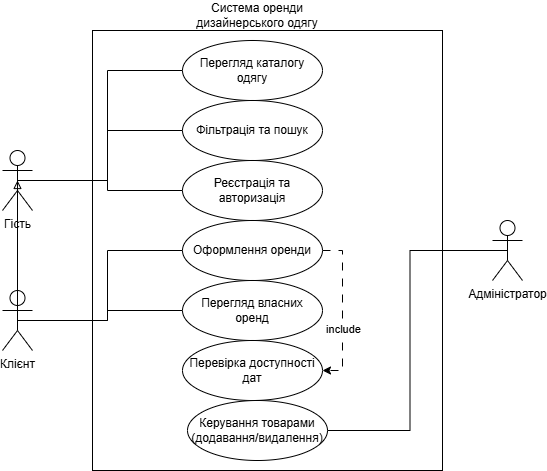
victoriakorniat-eng/Korniat-Victoria-rental-app keeps this draw.io diagram as docs/diagrams/user-actions.png. Above is the earlier version. Source tidied: cells renumbered, new cells last; positions are measured from the earlier drawing's top-left corner, leaving out a move shared by most shapes. The source it was exported from:
```xml
<mxGraphModel>
  <root>
    <mxCell id="0" />
    <mxCell id="1" parent="0" />
    <mxCell id="2" style="rounded=0;whiteSpace=wrap;html=1;" parent="1" vertex="1">
      <mxGeometry x="90" y="30" width="350" height="440" as="geometry" />
    </mxCell>
    <mxCell id="3" style="edgeStyle=orthogonalEdgeStyle;rounded=0;jettySize=auto;html=1;exitX=0.5;exitY=0.5;exitDx=0;exitDy=0;exitPerimeter=0;entryX=0;entryY=0.5;entryDx=0;entryDy=0;defaultLabelBackgroundColor=page;startArrow=none;startFill=0;endArrow=none;endFill=0;" parent="1" edge="1" source="6" target="13">
      <mxGeometry relative="1" as="geometry" />
    </mxCell>
    <mxCell id="4" style="edgeStyle=orthogonalEdgeStyle;rounded=0;jettySize=auto;html=1;exitX=0.5;exitY=0.5;exitDx=0;exitDy=0;exitPerimeter=0;defaultLabelBackgroundColor=page;endArrow=none;endFill=0;" parent="1" edge="1" source="6" target="14">
      <mxGeometry relative="1" as="geometry" />
    </mxCell>
    <mxCell id="5" style="edgeStyle=orthogonalEdgeStyle;rounded=0;jettySize=auto;html=1;exitX=0.5;exitY=0.5;exitDx=0;exitDy=0;exitPerimeter=0;entryX=0;entryY=0.5;entryDx=0;entryDy=0;defaultLabelBackgroundColor=page;endArrow=none;endFill=0;" parent="1" edge="1" source="6" target="15">
      <mxGeometry relative="1" as="geometry" />
    </mxCell>
    <mxCell id="6" value="Гість" style="shape=umlActor;verticalLabelPosition=bottom;verticalAlign=top;html=1;labelPerimeter=1;" parent="1" vertex="1">
      <mxGeometry y="150" width="30" height="60" as="geometry" />
    </mxCell>
    <mxCell id="7" style="edgeStyle=orthogonalEdgeStyle;rounded=0;jettySize=auto;html=1;exitX=0.5;exitY=0.5;exitDx=0;exitDy=0;exitPerimeter=0;entryX=0;entryY=0.5;entryDx=0;entryDy=0;defaultLabelBackgroundColor=page;endArrow=none;endFill=0;" parent="1" edge="1" source="9" target="18">
      <mxGeometry relative="1" as="geometry" />
    </mxCell>
    <mxCell id="8" style="edgeStyle=orthogonalEdgeStyle;rounded=0;jettySize=auto;html=1;exitX=0.5;exitY=0.5;exitDx=0;exitDy=0;exitPerimeter=0;entryX=0;entryY=0.5;entryDx=0;entryDy=0;defaultLabelBackgroundColor=page;endArrow=none;endFill=0;" parent="1" edge="1" source="9" target="19">
      <mxGeometry x="0.01" relative="1" as="geometry" />
    </mxCell>
    <mxCell id="9" value="Клієнт" style="shape=umlActor;verticalLabelPosition=bottom;verticalAlign=top;html=1;labelPerimeter=1;" parent="1" vertex="1">
      <mxGeometry y="290" width="30" height="60" as="geometry" />
    </mxCell>
    <mxCell id="10" style="edgeStyle=orthogonalEdgeStyle;rounded=0;jettySize=auto;html=1;exitX=0.5;exitY=0.5;exitDx=0;exitDy=0;exitPerimeter=0;entryX=1;entryY=0.5;entryDx=0;entryDy=0;defaultLabelBackgroundColor=page;endArrow=none;endFill=0;" parent="1" edge="1" source="11" target="21">
      <mxGeometry relative="1" as="geometry" />
    </mxCell>
    <mxCell id="11" value="Адміністратор" style="shape=umlActor;verticalLabelPosition=bottom;verticalAlign=top;html=1;labelPerimeter=1;" parent="1" vertex="1">
      <mxGeometry x="490" y="220" width="30" height="60" as="geometry" />
    </mxCell>
    <mxCell id="12" value="Система оренди дизайнерського одягу" style="text;html=1;whiteSpace=wrap;strokeColor=none;fillColor=none;align=center;verticalAlign=middle;rounded=0;" parent="1" vertex="1">
      <mxGeometry x="190" width="130" height="30" as="geometry" />
    </mxCell>
    <mxCell id="13" value="Перегляд каталогу одягу" style="ellipse;whiteSpace=wrap;html=1;" parent="1" vertex="1">
      <mxGeometry x="180" y="40" width="140" height="60" as="geometry" />
    </mxCell>
    <mxCell id="14" value="Фільтрація та пошук" style="ellipse;whiteSpace=wrap;html=1;" parent="1" vertex="1">
      <mxGeometry x="180" y="100" width="140" height="60" as="geometry" />
    </mxCell>
    <mxCell id="15" value="Реєстрація та авторизація" style="ellipse;whiteSpace=wrap;html=1;" parent="1" vertex="1">
      <mxGeometry x="180" y="160" width="140" height="60" as="geometry" />
    </mxCell>
    <mxCell id="16" style="edgeStyle=orthogonalEdgeStyle;rounded=0;jettySize=auto;html=1;exitX=1;exitY=0.5;exitDx=0;exitDy=0;entryX=1;entryY=0.5;entryDx=0;entryDy=0;defaultLabelBackgroundColor=page;dashed=1;dashPattern=8 8;endArrow=classic;endFill=1;" parent="1" edge="1" source="18" target="20">
      <mxGeometry relative="1" as="geometry" />
    </mxCell>
    <mxCell id="17" value="include" style="edgeLabel;html=1;align=center;verticalAlign=middle;inheritText=1;defaultLabelBackgroundColor=page;" parent="16" vertex="1">
      <mxGeometry x="0.23" relative="1" as="geometry" />
    </mxCell>
    <mxCell id="18" value="Оформлення оренди" style="ellipse;whiteSpace=wrap;html=1;" parent="1" vertex="1">
      <mxGeometry x="180" y="220" width="140" height="60" as="geometry" />
    </mxCell>
    <mxCell id="19" value="Перегляд власних оренд" style="ellipse;whiteSpace=wrap;html=1;" parent="1" vertex="1">
      <mxGeometry x="180" y="280" width="140" height="60" as="geometry" />
    </mxCell>
    <mxCell id="20" value="Перевірка доступності дат" style="ellipse;whiteSpace=wrap;html=1;" parent="1" vertex="1">
      <mxGeometry x="180" y="340" width="140" height="60" as="geometry" />
    </mxCell>
    <mxCell id="21" value="Керування товарами (додавання/видалення)" style="ellipse;whiteSpace=wrap;html=1;" parent="1" vertex="1">
      <mxGeometry x="185" y="400" width="140" height="60" as="geometry" />
    </mxCell>
    <mxCell id="22" style="edgeStyle=orthogonalEdgeStyle;rounded=0;jettySize=auto;html=1;exitX=0.5;exitY=0.5;exitDx=0;exitDy=0;exitPerimeter=0;entryX=0.5;entryY=0.5;entryDx=0;entryDy=0;entryPerimeter=0;defaultLabelBackgroundColor=page;endArrow=block;endFill=0;" parent="1" edge="1" source="9" target="6">
      <mxGeometry relative="1" as="geometry" />
    </mxCell>
  </root>
</mxGraphModel>
```
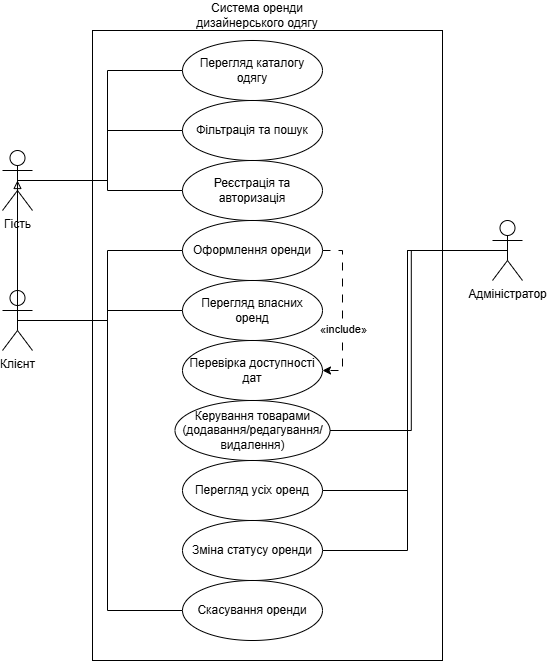
After the change.

Commit message:
Оновлено діаграму

The edit, as a diff of the source:
```diff
@@ -3,7 +3,7 @@
     <mxCell id="0" />
     <mxCell id="1" parent="0" />
     <mxCell id="2" style="rounded=0;whiteSpace=wrap;html=1;" parent="1" vertex="1">
-      <mxGeometry x="90" y="30" width="350" height="440" as="geometry" />
+      <mxGeometry x="90" y="30" width="350" height="630" as="geometry" />
     </mxCell>
     <mxCell id="3" style="edgeStyle=orthogonalEdgeStyle;rounded=0;jettySize=auto;html=1;exitX=0.5;exitY=0.5;exitDx=0;exitDy=0;exitPerimeter=0;entryX=0;entryY=0.5;entryDx=0;entryDy=0;defaultLabelBackgroundColor=page;startArrow=none;startFill=0;endArrow=none;endFill=0;" parent="1" edge="1" source="6" target="13">
       <mxGeometry relative="1" as="geometry" />
@@ -23,12 +23,21 @@
     <mxCell id="8" style="edgeStyle=orthogonalEdgeStyle;rounded=0;jettySize=auto;html=1;exitX=0.5;exitY=0.5;exitDx=0;exitDy=0;exitPerimeter=0;entryX=0;entryY=0.5;entryDx=0;entryDy=0;defaultLabelBackgroundColor=page;endArrow=none;endFill=0;" parent="1" edge="1" source="9" target="19">
       <mxGeometry x="0.01" relative="1" as="geometry" />
     </mxCell>
+    <mxCell id="23" style="edgeStyle=orthogonalEdgeStyle;rounded=0;jettySize=auto;html=1;exitX=0.5;exitY=0.5;exitDx=0;exitDy=0;exitPerimeter=0;entryX=0;entryY=0.5;entryDx=0;entryDy=0;defaultLabelBackgroundColor=page;endArrow=none;endFill=0;" parent="1" edge="1" source="9" target="28">
+      <mxGeometry relative="1" as="geometry" />
+    </mxCell>
     <mxCell id="9" value="Клієнт" style="shape=umlActor;verticalLabelPosition=bottom;verticalAlign=top;html=1;labelPerimeter=1;" parent="1" vertex="1">
       <mxGeometry y="290" width="30" height="60" as="geometry" />
     </mxCell>
     <mxCell id="10" style="edgeStyle=orthogonalEdgeStyle;rounded=0;jettySize=auto;html=1;exitX=0.5;exitY=0.5;exitDx=0;exitDy=0;exitPerimeter=0;entryX=1;entryY=0.5;entryDx=0;entryDy=0;defaultLabelBackgroundColor=page;endArrow=none;endFill=0;" parent="1" edge="1" source="11" target="21">
       <mxGeometry relative="1" as="geometry" />
     </mxCell>
+    <mxCell id="24" style="edgeStyle=orthogonalEdgeStyle;rounded=0;jettySize=auto;html=1;exitX=0.5;exitY=0.5;exitDx=0;exitDy=0;exitPerimeter=0;entryX=1;entryY=0.5;entryDx=0;entryDy=0;defaultLabelBackgroundColor=page;endArrow=none;endFill=0;" parent="1" edge="1" source="11" target="26">
+      <mxGeometry relative="1" as="geometry" />
+    </mxCell>
+    <mxCell id="25" style="edgeStyle=orthogonalEdgeStyle;rounded=0;jettySize=auto;html=1;exitX=0.5;exitY=0.5;exitDx=0;exitDy=0;exitPerimeter=0;entryX=1;entryY=0.5;entryDx=0;entryDy=0;defaultLabelBackgroundColor=page;endArrow=none;endFill=0;" parent="1" edge="1" source="11" target="27">
+      <mxGeometry relative="1" as="geometry" />
+    </mxCell>
     <mxCell id="11" value="Адміністратор" style="shape=umlActor;verticalLabelPosition=bottom;verticalAlign=top;html=1;labelPerimeter=1;" parent="1" vertex="1">
       <mxGeometry x="490" y="220" width="30" height="60" as="geometry" />
     </mxCell>
@@ -47,7 +56,7 @@
     <mxCell id="16" style="edgeStyle=orthogonalEdgeStyle;rounded=0;jettySize=auto;html=1;exitX=1;exitY=0.5;exitDx=0;exitDy=0;entryX=1;entryY=0.5;entryDx=0;entryDy=0;defaultLabelBackgroundColor=page;dashed=1;dashPattern=8 8;endArrow=classic;endFill=1;" parent="1" edge="1" source="18" target="20">
       <mxGeometry relative="1" as="geometry" />
     </mxCell>
-    <mxCell id="17" value="include" style="edgeLabel;html=1;align=center;verticalAlign=middle;inheritText=1;defaultLabelBackgroundColor=page;" parent="16" vertex="1">
+    <mxCell id="17" value="«include»" style="edgeLabel;html=1;align=center;verticalAlign=middle;inheritText=1;defaultLabelBackgroundColor=page;" parent="16" vertex="1">
       <mxGeometry x="0.23" relative="1" as="geometry" />
     </mxCell>
     <mxCell id="18" value="Оформлення оренди" style="ellipse;whiteSpace=wrap;html=1;" parent="1" vertex="1">
@@ -59,11 +68,20 @@
     <mxCell id="20" value="Перевірка доступності дат" style="ellipse;whiteSpace=wrap;html=1;" parent="1" vertex="1">
       <mxGeometry x="180" y="340" width="140" height="60" as="geometry" />
     </mxCell>
-    <mxCell id="21" value="Керування товарами (додавання/видалення)" style="ellipse;whiteSpace=wrap;html=1;" parent="1" vertex="1">
-      <mxGeometry x="185" y="400" width="140" height="60" as="geometry" />
+    <mxCell id="21" value="Керування товарами (додавання/редагування/видалення)" style="ellipse;whiteSpace=wrap;html=1;" parent="1" vertex="1">
+      <mxGeometry x="172.5" y="400" width="155" height="60" as="geometry" />
     </mxCell>
     <mxCell id="22" style="edgeStyle=orthogonalEdgeStyle;rounded=0;jettySize=auto;html=1;exitX=0.5;exitY=0.5;exitDx=0;exitDy=0;exitPerimeter=0;entryX=0.5;entryY=0.5;entryDx=0;entryDy=0;entryPerimeter=0;defaultLabelBackgroundColor=page;endArrow=block;endFill=0;" parent="1" edge="1" source="9" target="6">
       <mxGeometry relative="1" as="geometry" />
     </mxCell>
+    <mxCell id="26" value="Перегляд усіх оренд" style="ellipse;whiteSpace=wrap;html=1;" parent="1" vertex="1">
+      <mxGeometry x="180" y="460" width="140" height="60" as="geometry" />
+    </mxCell>
+    <mxCell id="27" value="Зміна статусу оренди" style="ellipse;whiteSpace=wrap;html=1;" parent="1" vertex="1">
+      <mxGeometry x="180" y="520" width="140" height="60" as="geometry" />
+    </mxCell>
+    <mxCell id="28" value="Скасування оренди" style="ellipse;whiteSpace=wrap;html=1;" parent="1" vertex="1">
+      <mxGeometry x="180" y="580" width="140" height="60" as="geometry" />
+    </mxCell>
   </root>
 </mxGraphModel>
```
